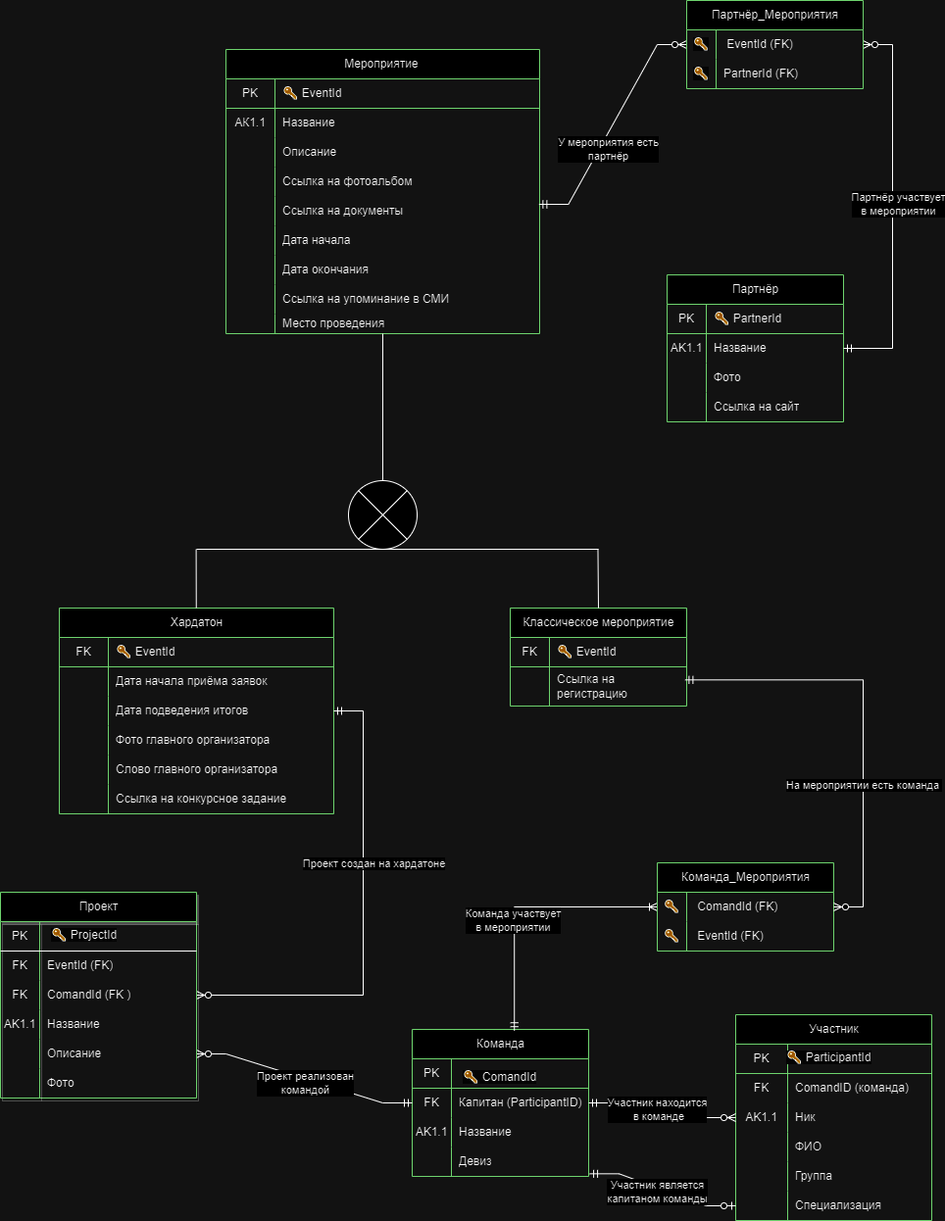
Above: lab3/ER-relation.drawio.png in Encapsulateed/data-base-labs (draw.io), before the change. Source tidied: cells renumbered, new cells last; positions are measured from the earlier drawing's top-left corner, leaving out a move shared by most shapes.
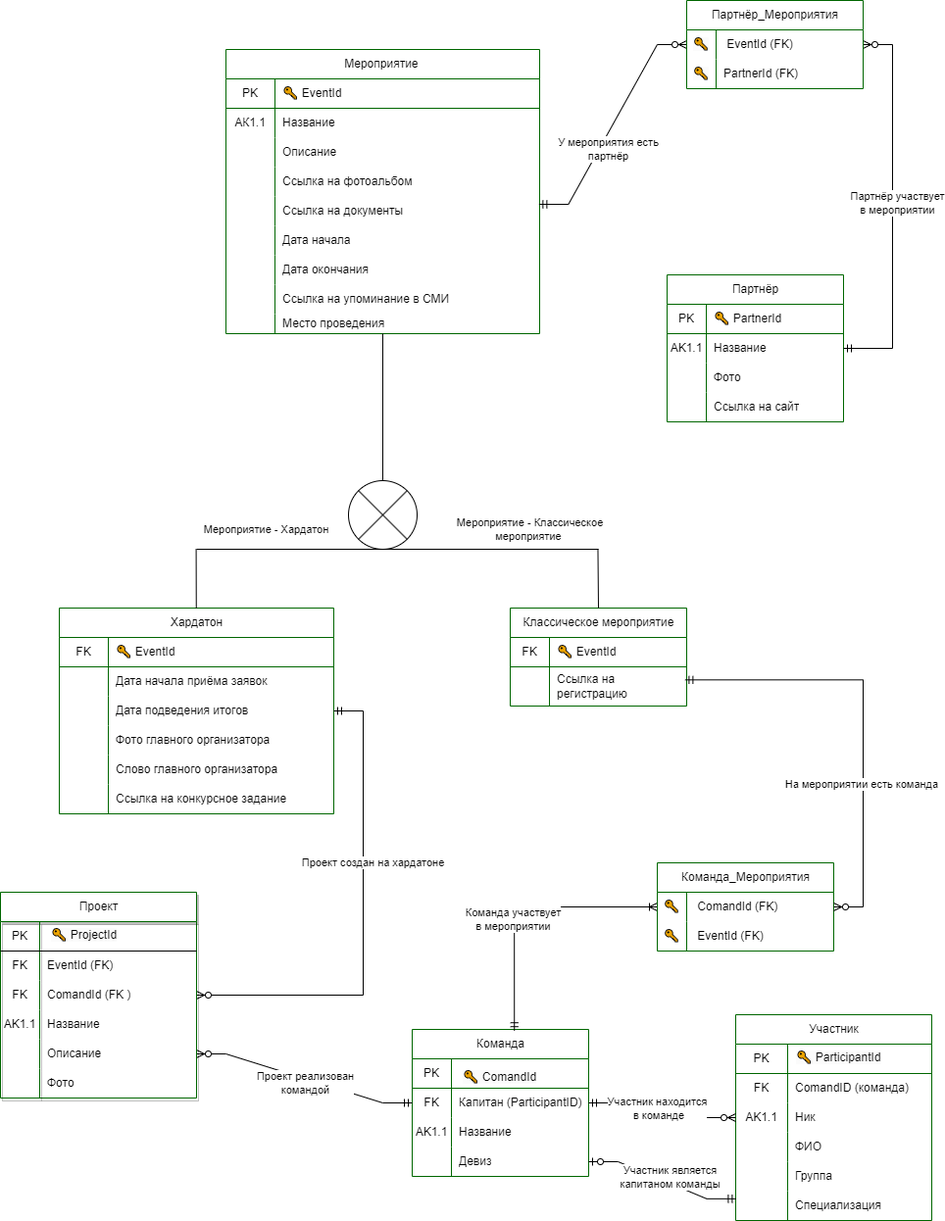
The same file after the commit.

Change to the diagram source:
```diff
@@ -311,6 +311,11 @@
         <mxPoint x="610" y="560" as="targetPoint" />
       </mxGeometry>
     </mxCell>
+    <mxCell id="164" value="Мероприятие - Хардатон" style="edgeLabel;html=1;align=center;verticalAlign=middle;" parent="103" vertex="1">
+      <mxGeometry x="-0.67" y="1" relative="1" as="geometry">
+        <mxPoint x="3" y="-19" as="offset" />
+      </mxGeometry>
+    </mxCell>
     <mxCell id="104" style="endArrow=none;html=1;rounded=0;fontStyle=0;" parent="1" edge="1" target="43">
       <mxGeometry relative="1" as="geometry">
         <mxPoint x="199.6" y="560" as="sourcePoint" />
@@ -369,12 +374,16 @@
     <mxCell id="115" value="Команда участвует&lt;br style=&quot;border-color: var(--border-color);&quot;&gt;в мероприятии" style="edgeLabel;html=1;align=center;verticalAlign=middle;fontStyle=0;" parent="114" vertex="1">
       <mxGeometry x="-0.17" y="2" relative="1" as="geometry" />
     </mxCell>
-    <mxCell id="116" style="edgeStyle=entityRelationEdgeStyle;fontSize=12;html=1;endArrow=ERzeroToOne;startArrow=ERmandOne;rounded=0;exitX=1.006;exitY=0.911;exitDx=0;exitDy=0;exitPerimeter=0;entryX=0;entryY=0.5;entryDx=0;entryDy=0;fontStyle=0;" parent="1" edge="1" source="72" target="91">
-      <mxGeometry relative="1" as="geometry" />
+    <mxCell id="116" style="edgeStyle=entityRelationEdgeStyle;fontSize=12;html=1;endArrow=ERzeroToOne;startArrow=ERmandOne;rounded=0;exitX=0.002;exitY=0.262;exitDx=0;exitDy=0;exitPerimeter=0;entryX=1;entryY=0.5;entryDx=0;entryDy=0;fontStyle=0;" parent="1" edge="1" source="91" target="72">
+      <mxGeometry relative="1" as="geometry">
+        <Array as="points">
+          <mxPoint x="670" y="1350" />
+        </Array>
+      </mxGeometry>
     </mxCell>
     <mxCell id="117" value="Участник является&lt;br&gt;капитаном команды" style="edgeLabel;html=1;align=center;verticalAlign=middle;fontStyle=0;" parent="116" vertex="1">
       <mxGeometry x="-0.36" y="3" relative="1" as="geometry">
-        <mxPoint x="19" y="14" as="offset" />
+        <mxPoint x="-17" y="-17" as="offset" />
       </mxGeometry>
     </mxCell>
     <mxCell id="118" style="edgeStyle=entityRelationEdgeStyle;fontSize=12;html=1;endArrow=ERzeroToMany;startArrow=ERmandOne;rounded=0;entryX=0;entryY=0.5;entryDx=0;entryDy=0;fontStyle=0;" parent="1" edge="1" source="62" target="82">
@@ -398,7 +407,7 @@
       <mxGeometry x="560" y="650" width="270" height="30" as="geometry" />
     </mxCell>
     <mxCell id="124" value="&lt;span style=&quot;color: rgb(0, 0, 0); font-family: Helvetica; font-size: 12px; font-style: normal; font-variant-ligatures: normal; font-variant-caps: normal; letter-spacing: normal; orphans: 2; text-align: left; text-indent: 0px; text-transform: none; widows: 2; word-spacing: 0px; -webkit-text-stroke-width: 0px; background-color: rgb(251, 251, 251); text-decoration-thickness: initial; text-decoration-style: initial; text-decoration-color: initial; float: none; display: inline !important;&quot;&gt;🔑 ParticipantId&lt;/span&gt;" style="text;whiteSpace=wrap;html=1;fontStyle=0;" parent="1" vertex="1">
-      <mxGeometry x="800" y="1065" width="100" height="20" as="geometry" />
+      <mxGeometry x="810" y="1065" width="100" height="20" as="geometry" />
     </mxCell>
     <mxCell id="125" value="&lt;span style=&quot;color: rgb(0, 0, 0); font-family: Helvetica; font-size: 12px; font-style: normal; font-variant-ligatures: normal; font-variant-caps: normal; letter-spacing: normal; orphans: 2; text-align: left; text-indent: 0px; text-transform: none; widows: 2; word-spacing: 0px; -webkit-text-stroke-width: 0px; background-color: rgb(251, 251, 251); text-decoration-thickness: initial; text-decoration-style: initial; text-decoration-color: initial; float: none; display: inline !important;&quot;&gt;🔑 ComandId&lt;/span&gt;" style="text;whiteSpace=wrap;html=1;fontStyle=0;" parent="1" vertex="1">
       <mxGeometry x="470" y="1085" width="100" height="20" as="geometry" />
@@ -517,5 +526,8 @@
     <mxCell id="163" value="На мероприятии есть команда&amp;nbsp;" style="edgeLabel;html=1;align=center;verticalAlign=middle;fontStyle=0;" parent="1" vertex="1">
       <mxGeometry x="880" y="800" as="geometry" />
     </mxCell>
+    <mxCell id="165" value="Мероприятие - Классическое &lt;br&gt;мероприятие&amp;nbsp;" style="edgeLabel;html=1;align=center;verticalAlign=middle;" parent="1" vertex="1">
+      <mxGeometry x="540" y="540" as="geometry" />
+    </mxCell>
   </root>
 </mxGraphModel>
```
